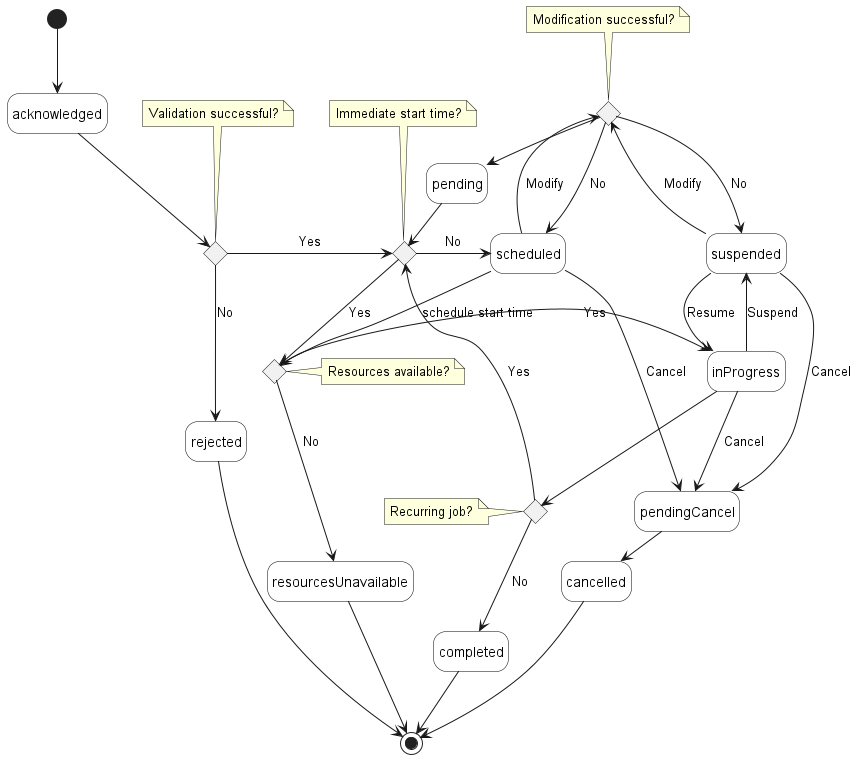
Earlier version of the PlantUML export documentation/serviceApi/pm/performance/media/performanceJobStates.png (MEF-GIT/MEF-LSO-Legato-SDK).
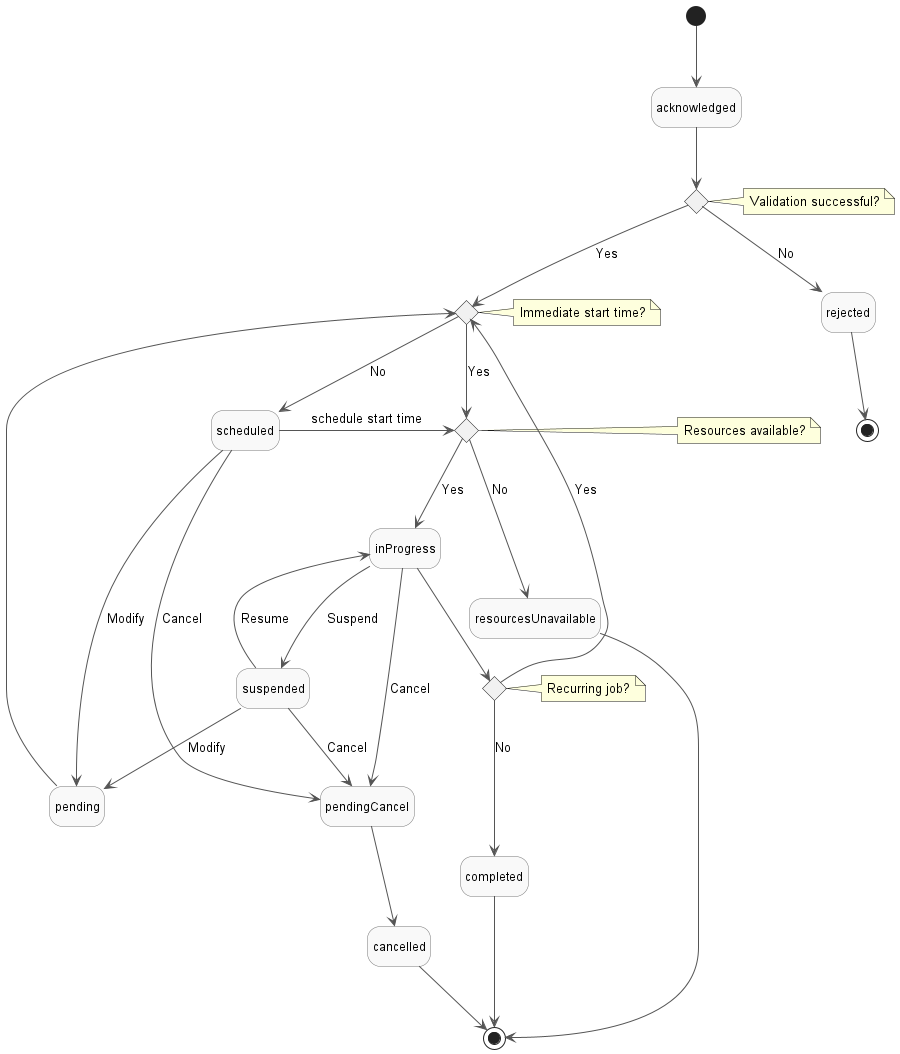
The same file after the commit.

Diff of the diagram source:
```diff
@@ -1,71 +1,67 @@
 @startuml performanceJobStates
 
-skinparam state {
-    BackgroundColor White
-    BorderColor Black
-}
+top to bottom direction
+
 hide empty description
 
+skinparam shadowing false
+skinparam state {
+	BackgroundColor #F9F9F9
+	BorderColor #777
+	FontSize 12
+}
+skinparam ArrowColor #555
+skinparam ArrowThickness 1
+skinparam defaultTextAlignment center
+
 state validation_successful <<choice>>
- note top of validation_successful : Validation successful?
+note right of validation_successful : Validation successful?
+state immediate <<choice>>
+note right of immediate : Immediate start time?
+state resources <<choice>>
+note right of resources : Resources available?
+state recurring <<choice>>
+note right of recurring : Recurring job?
 
-state immediate <<choice>>
- note top of immediate : Immediate start time?
+state acknowledged
+state rejected
+state in_progress as "inProgress"
+state resource_unavailable as "resourcesUnavailable"
+state pending_cancel as "pendingCancel"
+state scheduled
+state suspended
+state pending
+state completed
+state cancelled
+state end1 <<end>>
 
-state modification <<choice>>
- note top of modification : Modification successful?
+[*] --> acknowledged
+acknowledged --> validation_successful
+validation_successful --> immediate : Yes
+validation_successful --> rejected : No
+rejected --> end1
 
-state resources <<choice>>
- note right of resources : Resources available?
+immediate -d-> resources : Yes
+immediate -d-> scheduled : No
+scheduled -r-> resources : schedule start time
+scheduled --> pending_cancel : Cancel
+scheduled --> pending : Modify
+pending --> immediate
 
-state recurring <<choice>>
- note left of recurring : Recurring job?
+resources --> in_progress : Yes
+resources --> resource_unavailable : No
+in_progress --> recurring
+in_progress --> pending_cancel : Cancel
+in_progress --> suspended : Suspend
+suspended --> in_progress : Resume
+suspended --> pending_cancel : Cancel
+suspended --> pending : Modify
+recurring --> completed : No
+recurring --> immediate : Yes
 
-state "inProgress" as in_progress
-state "resourcesUnavailable" as resource_unavailable
-
-state "pendingCancel" as pending_cancel
-
-[*] -d-> acknowledged
-
-acknowledged -d-> validation_successful
-
-validation_successful -d-> rejected: No
-
-validation_successful -r-> immediate: Yes
-
-immediate -r-> scheduled: No
-scheduled -d-> pending_cancel: Cancel
-scheduled -d-> resources: schedule start time
-resources -d-> resource_unavailable: No
-resources -r-> in_progress: Yes
-
-immediate -r-> resources: Yes
-in_progress -d-> recurring
-recurring -d-> completed: No
-recurring -u-> immediate: Yes
-
-in_progress -d-> pending_cancel: Cancel
-in_progress -u-> suspended: Suspend
-suspended -r-> in_progress: Resume
-suspended -r-> pending_cancel: Cancel
-
-pending_cancel -> cancelled
-
-suspended -u-> modification: Modify
-modification -d-> suspended: No
-
-scheduled -u-> modification: Modify
-modification -d-> scheduled: No
-
-
-modification -r-> pending: Yes
-
-pending -r-> immediate
-
-rejected -d-> [*]
-completed -d-> [*]
-cancelled -d-> [*]
-resource_unavailable -d-> [*]
+pending_cancel --> cancelled
+completed --> [*]
+cancelled --> [*]
+resource_unavailable --> [*]
 
 @enduml
```
